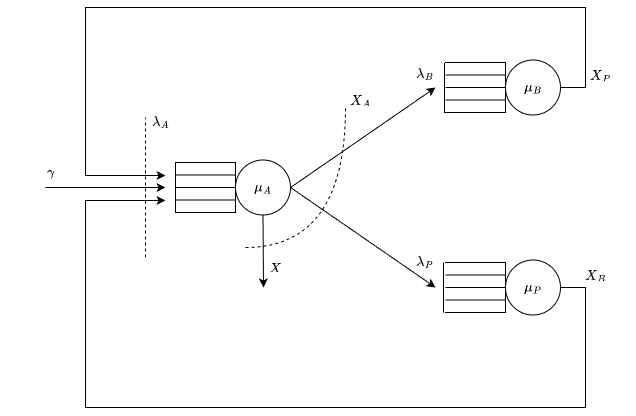
Above: docs/figs/webapp_conceptual.drawio.png in Torkin1/webapp-workflow-pa (draw.io), before the change. Source tidied: cells renumbered, new cells last; positions are measured from the earlier drawing's top-left corner, leaving out a move shared by most shapes.
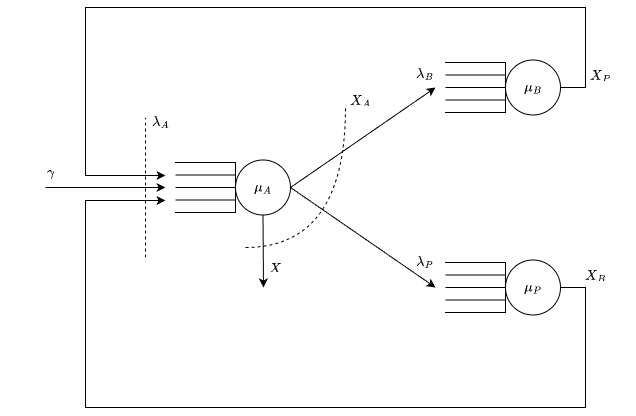
Above is the later version.

Commit message:
changed queues from closed to open in queue network diagram

Change to the diagram source:
```diff
@@ -91,21 +91,6 @@
         <mxPoint x="263" y="280" as="targetPoint" />
       </mxGeometry>
     </mxCell>
-    <mxCell id="23" style="endArrow=none;html=1;entryX=1;entryY=0;entryDx=0;entryDy=0;exitX=0;exitY=0;exitDx=0;exitDy=0;" parent="1" edge="1" source="2" target="2">
-      <mxGeometry relative="1" as="geometry" />
-    </mxCell>
-    <mxCell id="24" style="endArrow=none;html=1;entryX=1;entryY=0;entryDx=0;entryDy=0;exitX=0;exitY=0;exitDx=0;exitDy=0;" parent="1" edge="1">
-      <mxGeometry relative="1" as="geometry">
-        <mxPoint x="444" y="105.5" as="sourcePoint" />
-        <mxPoint x="444" y="55.5" as="targetPoint" />
-      </mxGeometry>
-    </mxCell>
-    <mxCell id="25" style="endArrow=none;html=1;entryX=1;entryY=0;entryDx=0;entryDy=0;exitX=0;exitY=0;exitDx=0;exitDy=0;" parent="1" edge="1">
-      <mxGeometry relative="1" as="geometry">
-        <mxPoint x="443" y="305" as="sourcePoint" />
-        <mxPoint x="443" y="255" as="targetPoint" />
-      </mxGeometry>
-    </mxCell>
     <mxCell id="26" value="$$ \gamma $$" style="text;html=1;align=center;verticalAlign=middle;strokeColor=none;fillColor=none;" parent="1" vertex="1">
       <mxGeometry y="150" width="100" height="30" as="geometry" />
     </mxCell>
```
